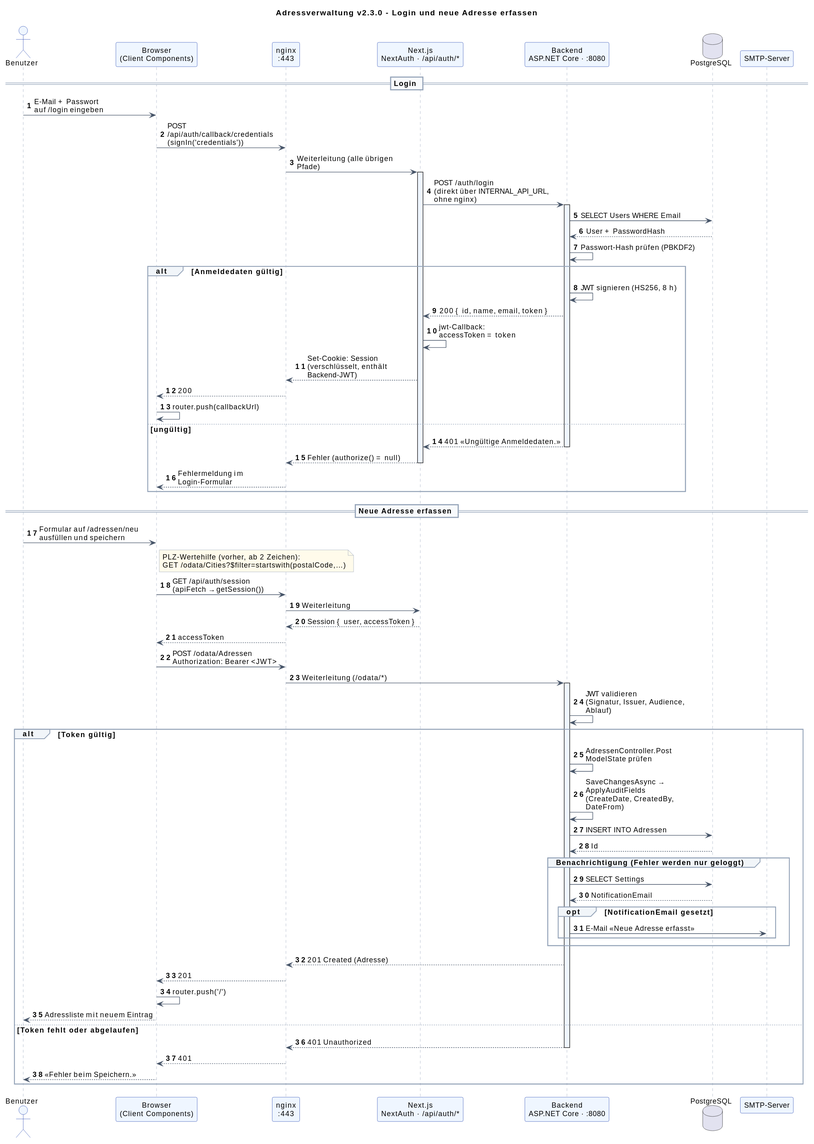
erich3019/adressverwaltung keeps this PlantUML diagram as documentation/Sequenzdiagramm.svg. Above is the earlier version.
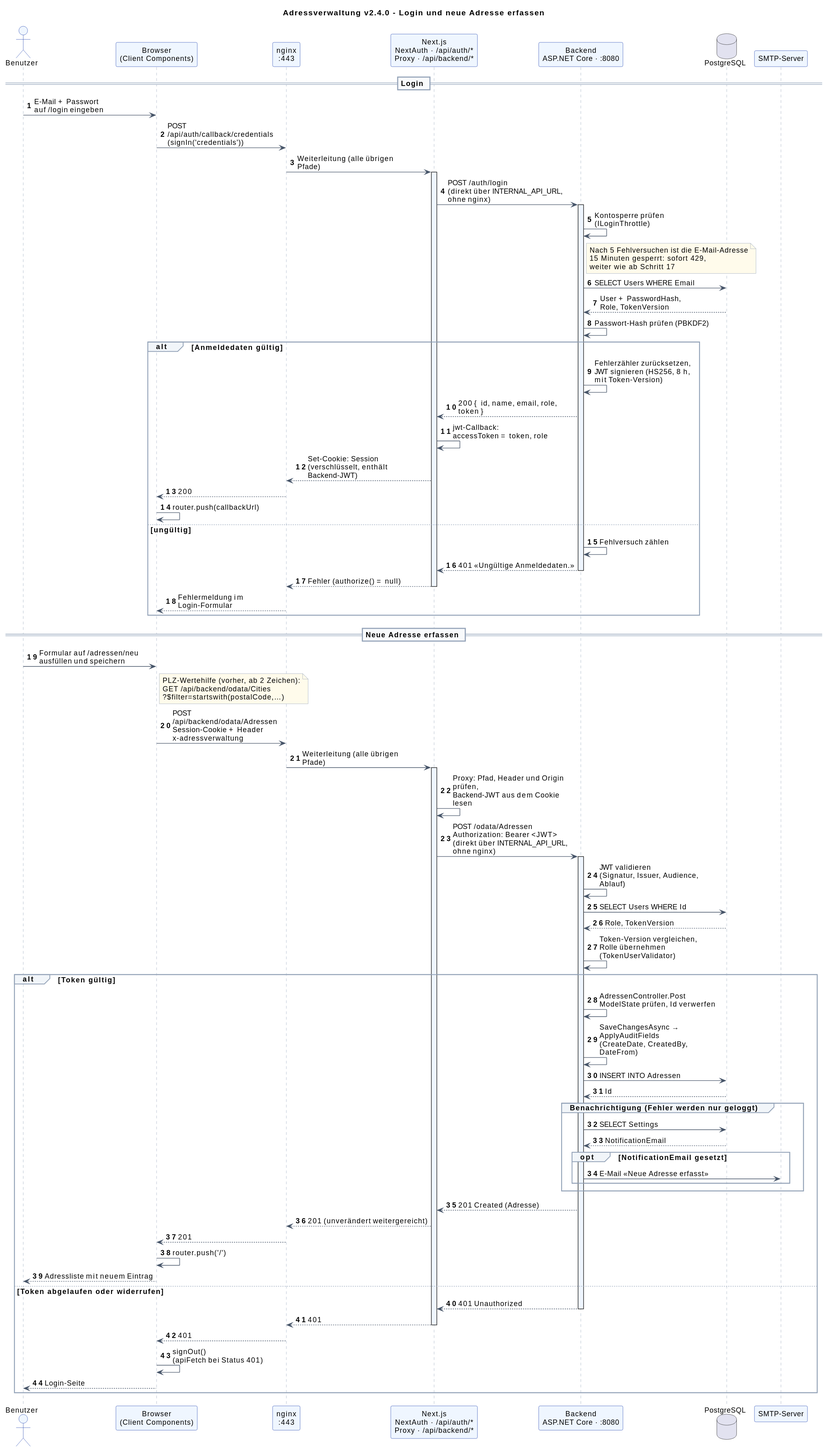
The same file after the commit.

What changed in the source:
```diff
@@ -1,6 +1,6 @@
 @startuml
 
-title Adressverwaltung v2.3.0 - Login und neue Adresse erfassen
+title Adressverwaltung v2.4.0 - Login und neue Adresse erfassen
 
 skinparam shadowing false
 skinparam defaultFontName sans-serif
@@ -30,7 +30,7 @@
 actor "Benutzer" as user
 participant "Browser\n(Client Components)" as browser
 participant "nginx\n:443" as nginx
-participant "Next.js\nNextAuth · /api/auth/*" as next
+participant "Next.js\nNextAuth · /api/auth/*\nProxy · /api/backend/*" as next
 participant "Backend\nASP.NET Core · :8080" as api
 database "PostgreSQL" as db
 participant "SMTP-Server" as smtp
@@ -45,18 +45,25 @@
 activate next
 next -> api : POST /auth/login\n(direkt über INTERNAL_API_URL, ohne nginx)
 activate api
+api -> api : Kontosperre prüfen\n(ILoginThrottle)
+note right of api
+  Nach 5 Fehlversuchen ist die E-Mail-Adresse
+  15 Minuten gesperrt: sofort 429,
+  weiter wie ab Schritt 17
+end note
 api -> db : SELECT Users WHERE Email
-db --> api : User + PasswordHash
+db --> api : User + PasswordHash,\nRole, TokenVersion
 api -> api : Passwort-Hash prüfen (PBKDF2)
 
 alt Anmeldedaten gültig
-  api -> api : JWT signieren (HS256, 8 h)
-  api --> next : 200 { id, name, email, token }
-  next -> next : jwt-Callback:\naccessToken = token
+  api -> api : Fehlerzähler zurücksetzen,\nJWT signieren (HS256, 8 h,\nmit Token-Version)
+  api --> next : 200 { id, name, email, role, token }
+  next -> next : jwt-Callback:\naccessToken = token, role
   next --> nginx : Set-Cookie: Session\n(verschlüsselt, enthält Backend-JWT)
   nginx --> browser : 200
   browser -> browser : router.push(callbackUrl)
 else ungültig
+  api -> api : Fehlversuch zählen
   api --> next : 401 «Ungültige Anmeldedaten.»
   deactivate api
   next --> nginx : Fehler (authorize() = null)
@@ -69,21 +76,23 @@
 user -> browser : Formular auf /adressen/neu\nausfüllen und speichern
 note right of browser
   PLZ-Wertehilfe (vorher, ab 2 Zeichen):
-  GET /odata/Cities?$filter=startswith(postalCode,…)
+  GET /api/backend/odata/Cities
+  ?$filter=startswith(postalCode,…)
 end note
 
-browser -> nginx : GET /api/auth/session\n(apiFetch → getSession())
-nginx -> next : Weiterleitung
-next --> nginx : Session { user, accessToken }
-nginx --> browser : accessToken
-
-browser -> nginx : POST /odata/Adressen\nAuthorization: Bearer <JWT>
-nginx -> api : Weiterleitung (/odata/*)
+browser -> nginx : POST /api/backend/odata/Adressen\nSession-Cookie + Header x-adressverwaltung
+nginx -> next : Weiterleitung (alle übrigen Pfade)
+activate next
+next -> next : Proxy: Pfad, Header und Origin prüfen,\nBackend-JWT aus dem Cookie lesen
+next -> api : POST /odata/Adressen\nAuthorization: Bearer <JWT>\n(direkt über INTERNAL_API_URL, ohne nginx)
 activate api
 api -> api : JWT validieren\n(Signatur, Issuer, Audience, Ablauf)
+api -> db : SELECT Users WHERE Id
+db --> api : Role, TokenVersion
+api -> api : Token-Version vergleichen,\nRolle übernehmen\n(TokenUserValidator)
 
 alt Token gültig
-  api -> api : AdressenController.Post\nModelState prüfen
+  api -> api : AdressenController.Post\nModelState prüfen, Id verwerfen
   api -> api : SaveChangesAsync → ApplyAuditFields\n(CreateDate, CreatedBy, DateFrom)
   api -> db : INSERT INTO Adressen
   db --> api : Id
@@ -96,14 +105,18 @@
     end
   end
 
-  api --> nginx : 201 Created (Adresse)
+  api --> next : 201 Created (Adresse)
+  next --> nginx : 201 (unverändert weitergereicht)
   nginx --> browser : 201
   browser -> browser : router.push('/')
   browser --> user : Adressliste mit neuem Eintrag
-else Token fehlt oder abgelaufen
-  api --> nginx : 401 Unauthorized
+else Token abgelaufen oder widerrufen
+  api --> next : 401 Unauthorized
   deactivate api
+  next --> nginx : 401
+  deactivate next
   nginx --> browser : 401
-  browser --> user : «Fehler beim Speichern.»
+  browser -> browser : signOut()\n(apiFetch bei Status 401)
+  browser --> user : Login-Seite
 end
 @enduml
```
